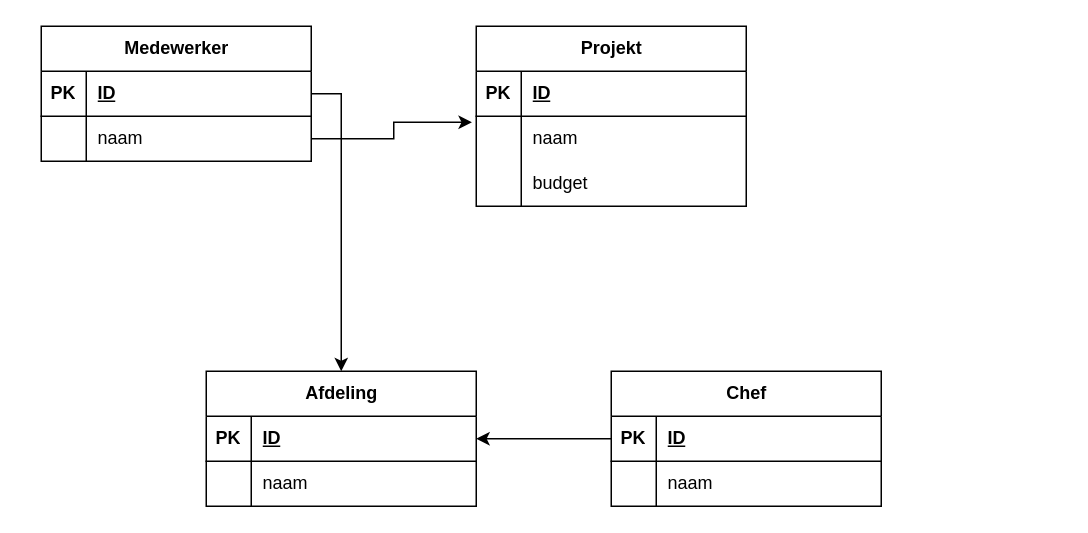
Before: Projekt.drawio in glennmon/glenntest, a draw.io diagram. Source tidied: cells renumbered, new cells numbered last; positions are measured from the earlier drawing's top-left corner, leaving out a move shared by most shapes. Both pictures are drawn from the tidied source at 150%, with x=0, y=0 at pixel (40, 26).
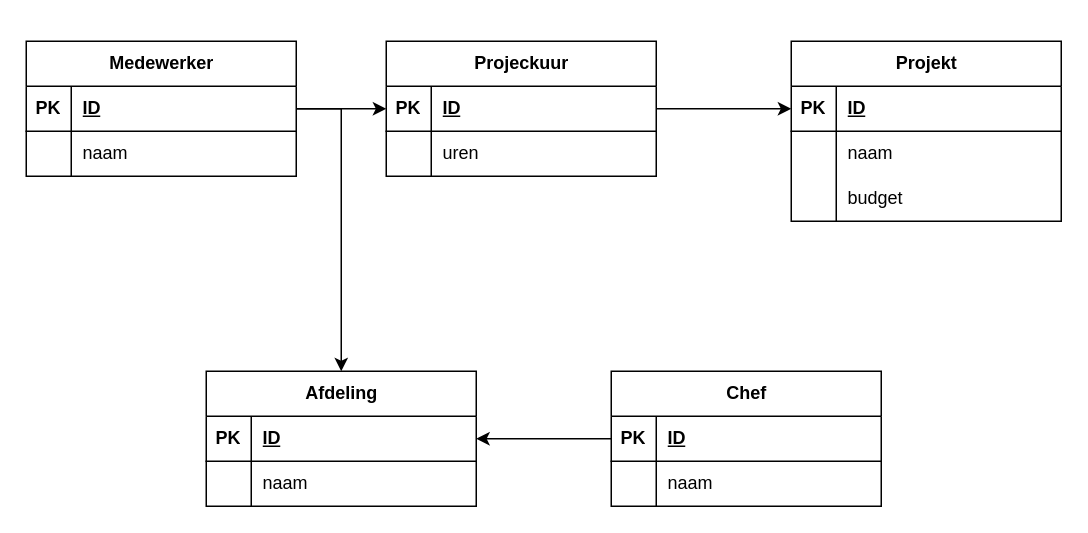
Above is the later version.

Unchanged cells that the change refers to:
```xml
<mxCell id="3" style="shape=tableRow;horizontal=0;startSize=0;swimlaneHead=0;swimlaneBody=0;fillColor=none;points=[[0,0.5],[1,0.5]];portConstraint=eastwest;top=0;left=0;right=0;bottom=1;" parent="2" vertex="1">
  <mxGeometry y="30" width="180" height="30" as="geometry" />
</mxCell>
<mxCell id="6" style="shape=tableRow;horizontal=0;startSize=0;swimlaneHead=0;swimlaneBody=0;fillColor=none;points=[[0,0.5],[1,0.5]];portConstraint=eastwest;top=0;left=0;right=0;bottom=0;" parent="2" vertex="1">
  <mxGeometry y="60" width="180" height="30" as="geometry" />
</mxCell>
<mxCell id="10" style="shape=tableRow;horizontal=0;startSize=0;swimlaneHead=0;swimlaneBody=0;fillColor=none;points=[[0,0.5],[1,0.5]];portConstraint=eastwest;top=0;left=0;right=0;bottom=1;" parent="9" vertex="1">
  <mxGeometry y="30" width="180" height="30" as="geometry" />
</mxCell>
<mxCell id="13" style="shape=tableRow;horizontal=0;startSize=0;swimlaneHead=0;swimlaneBody=0;fillColor=none;points=[[0,0.5],[1,0.5]];portConstraint=eastwest;top=0;left=0;right=0;bottom=0;" parent="9" vertex="1">
  <mxGeometry y="60" width="180" height="30" as="geometry" />
</mxCell>
```

Diff of the diagram source:
```diff
@@
     <mxCell id="2" value="Medewerker" style="shape=table;startSize=30;childLayout=tableLayout;rowLines=0;fontStyle=1;align=center;html=1;" parent="1" vertex="1">
-      <mxGeometry width="180" height="90" as="geometry" />
+      <mxGeometry x="-10" y="10" width="180" height="90" as="geometry" />
     </mxCell>
@@
     <mxCell id="9" value="Projekt" style="shape=table;startSize=30;childLayout=tableLayout;rowLines=0;fontStyle=1;align=center;html=1;" parent="1" vertex="1">
-      <mxGeometry x="290" width="180" height="120" as="geometry" />
+      <mxGeometry x="500" y="10" width="180" height="120" as="geometry" />
     </mxCell>
@@
-    <mxCell id="33" style="edgeStyle=orthogonalEdgeStyle;rounded=0;jettySize=auto;html=1;exitX=1;exitY=0.5;exitDx=0;exitDy=0;entryX=-0.016;entryY=0.133;entryDx=0;entryDy=0;entryPerimeter=0;" parent="1" edge="1" source="6" target="13">
-      <mxGeometry relative="1" as="geometry" />
-    </mxCell>
@@
+    <mxCell id="36" value="Projeckuur" style="shape=table;startSize=30;childLayout=tableLayout;rowLines=0;fontStyle=1;align=center;html=1;" parent="1" vertex="1">
+      <mxGeometry x="230" y="10" width="180" height="90" as="geometry" />
+    </mxCell>
+    <mxCell id="37" style="shape=tableRow;horizontal=0;startSize=0;swimlaneHead=0;swimlaneBody=0;fillColor=none;points=[[0,0.5],[1,0.5]];portConstraint=eastwest;top=0;left=0;right=0;bottom=1;" parent="36" vertex="1">
+      <mxGeometry y="30" width="180" height="30" as="geometry" />
+    </mxCell>
+    <mxCell id="38" value="PK" style="shape=partialRectangle;fillColor=none;top=0;left=0;bottom=0;right=0;fontStyle=1;overflow=hidden;whiteSpace=wrap;html=1;" parent="37" vertex="1">
+      <mxGeometry width="30" height="30" as="geometry" />
+    </mxCell>
+    <mxCell id="39" value="ID" style="shape=partialRectangle;fillColor=none;top=0;left=0;bottom=0;right=0;align=left;spacingLeft=6;fontStyle=5;overflow=hidden;whiteSpace=wrap;html=1;" parent="37" vertex="1">
+      <mxGeometry x="30" width="150" height="30" as="geometry" />
+    </mxCell>
+    <mxCell id="40" style="shape=tableRow;horizontal=0;startSize=0;swimlaneHead=0;swimlaneBody=0;fillColor=none;top=0;left=0;right=0;bottom=0;" parent="36" vertex="1">
+      <mxGeometry y="60" width="180" height="30" as="geometry" />
+    </mxCell>
+    <mxCell id="41" style="shape=partialRectangle;fillColor=none;top=0;left=0;bottom=0;right=0;overflow=hidden;whiteSpace=wrap;html=1;" parent="40" vertex="1">
+      <mxGeometry width="30" height="30" as="geometry" />
+    </mxCell>
+    <mxCell id="42" value="uren" style="shape=partialRectangle;fillColor=none;top=0;left=0;bottom=0;right=0;align=left;spacingLeft=6;overflow=hidden;whiteSpace=wrap;html=1;" parent="40" vertex="1">
+      <mxGeometry x="30" width="150" height="30" as="geometry" />
+    </mxCell>
+    <mxCell id="43" style="edgeStyle=orthogonalEdgeStyle;rounded=0;jettySize=auto;html=1;exitX=1;exitY=0.5;exitDx=0;exitDy=0;entryX=0;entryY=0.5;entryDx=0;entryDy=0;" parent="1" edge="1" source="3" target="37">
+      <mxGeometry relative="1" as="geometry" />
+    </mxCell>
+    <mxCell id="44" style="edgeStyle=orthogonalEdgeStyle;rounded=0;jettySize=auto;html=1;exitX=1;exitY=0.5;exitDx=0;exitDy=0;entryX=0;entryY=0.5;entryDx=0;entryDy=0;" parent="1" edge="1" source="37" target="10">
+      <mxGeometry relative="1" as="geometry" />
+    </mxCell>
```
